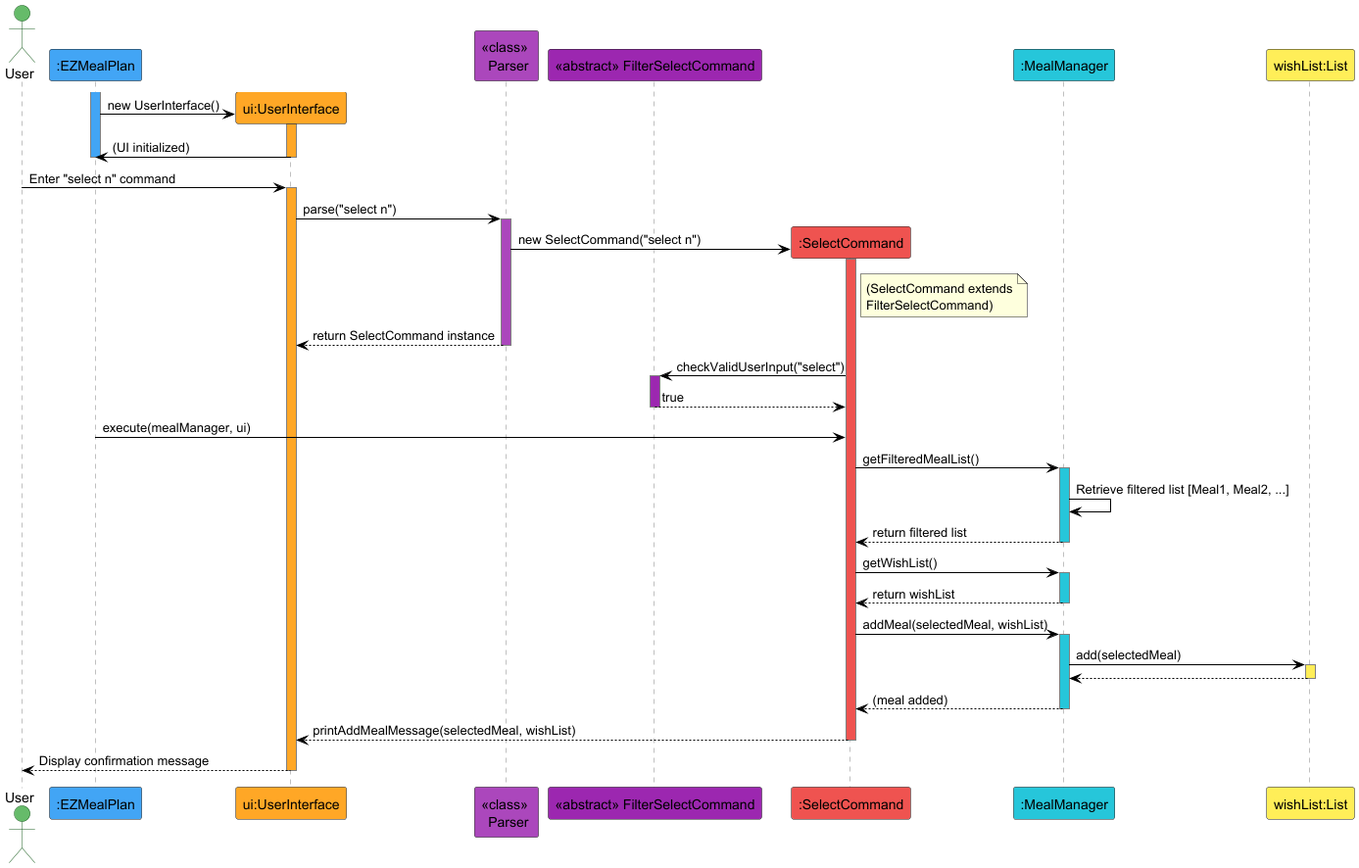
This is docs/diagrams/SelectCommand.png from wentuoc/tp, a PlantUML export, as it was before one commit.
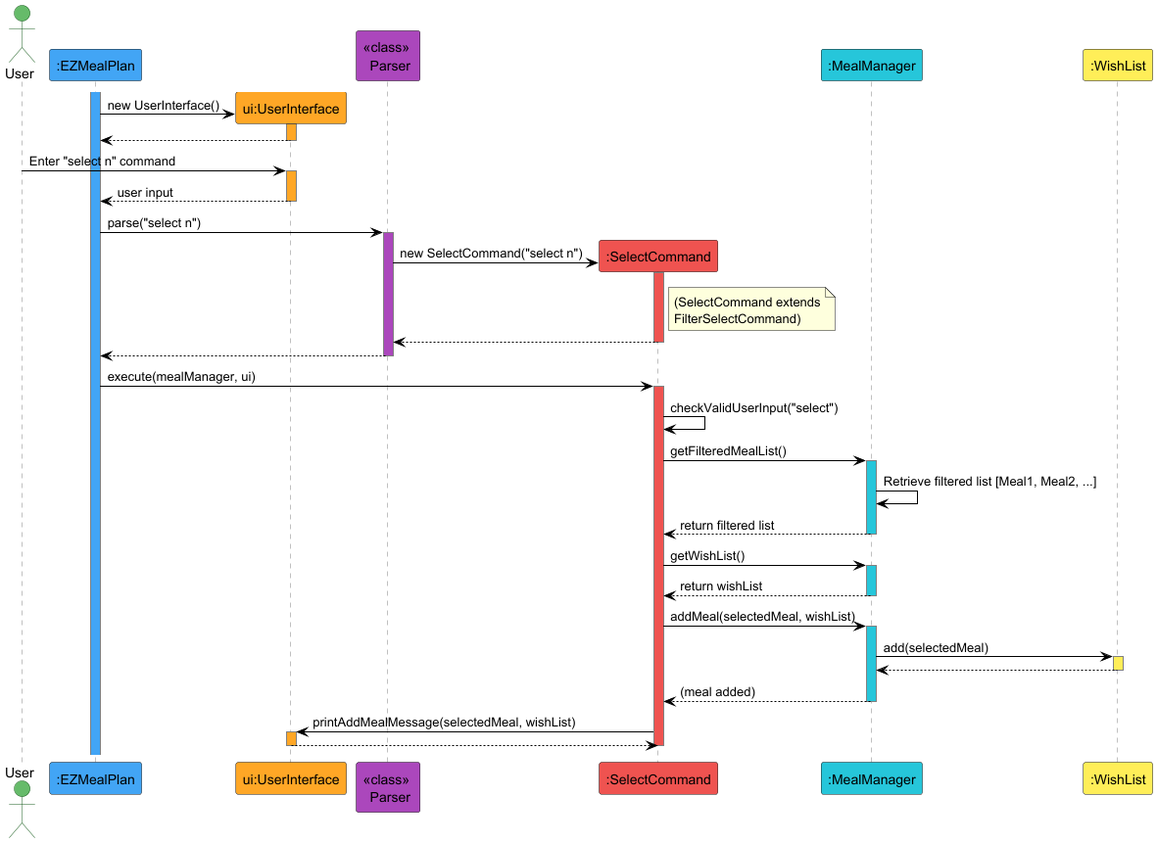
The same diagram one commit later.

Diff of the diagram source:
```diff
@@ -6,10 +6,9 @@
 participant ":EZMealPlan" as EZ #42A5F5
 participant "ui:UserInterface" as UI #FFA726
 participant "<<class>> \n Parser" as Parser #AB47BC
-participant "<<abstract>> FilterSelectCommand" as FSC #9C27B0
 participant ":SelectCommand" as SC #EF5350
 participant ":MealManager" as MM #26C6DA
-participant "wishList:List" as WL #FFEE58
+participant ":WishList" as WL #FFEE58
 
 skinparam sequenceLifeLineBorderColor gray
 skinparam sequenceArrowColor black
@@ -18,28 +17,30 @@
 create UI
 EZ -> UI: new UserInterface()
 activate UI #FFA726
-UI -> EZ: (UI initialized)
+UI --> EZ:
 deactivate UI
-deactivate EZ
 
 User -> UI: Enter "select n" command
 activate UI #FFA726
+UI --> EZ: user input
+deactivate UI
 
-UI -> Parser: parse("select n")
+EZ -> Parser: parse("select n")
 activate Parser #AB47BC
 create SC
 Parser -> SC: new SelectCommand("select n")
 activate SC #EF5350
 note right of SC: (SelectCommand extends\nFilterSelectCommand)
-Parser --> UI: return SelectCommand instance
+SC --> Parser
+deactivate SC
+Parser --> EZ:
 deactivate Parser
 
-SC -> FSC: checkValidUserInput("select")
-activate FSC #9C27B0
-FSC --> SC: true
-deactivate FSC
+EZ -> SC: execute(mealManager, ui)
+activate SC #EF5350
+SC -> SC: checkValidUserInput("select")
 
-EZ -> SC: execute(mealManager, ui)
+
 
 SC -> MM: getFilteredMealList()
 activate MM #26C6DA
@@ -63,9 +64,10 @@
 MM --> SC: (meal added)
 deactivate MM
 
-SC --> UI: printAddMealMessage(selectedMeal, wishList)
+SC -> UI: printAddMealMessage(selectedMeal, wishList)
+activate UI #FFA726
+UI --> SC
+deactivate UI
 deactivate SC
 
-UI --> User: Display confirmation message
-deactivate UI
 @enduml
```
